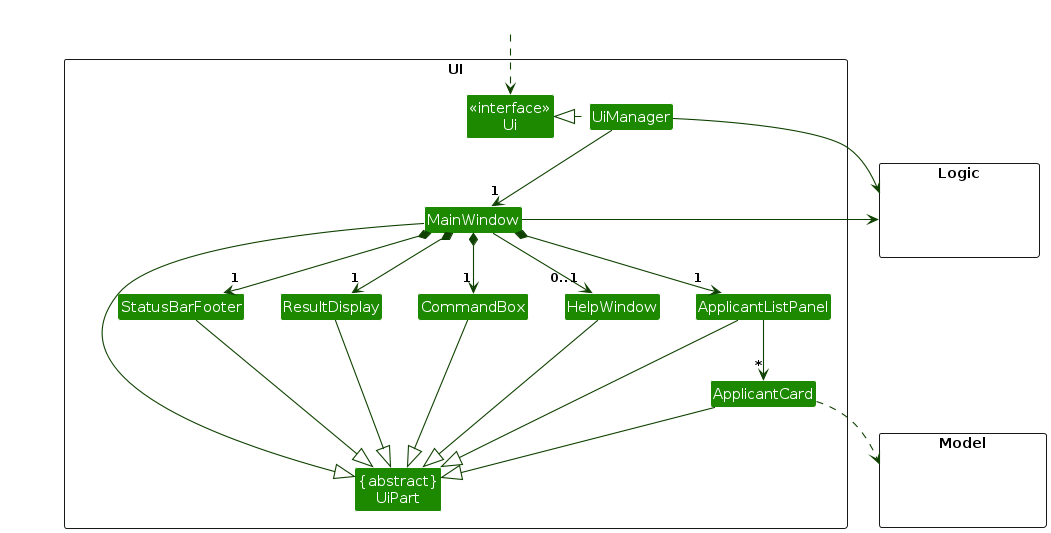
Above: diagrams/UiClassDiagram.png in AY2627S1-CS2103T-W12-4/tp (PlantUML), before the change. Its source is kept beside it as diagrams/UiClassDiagram.puml.
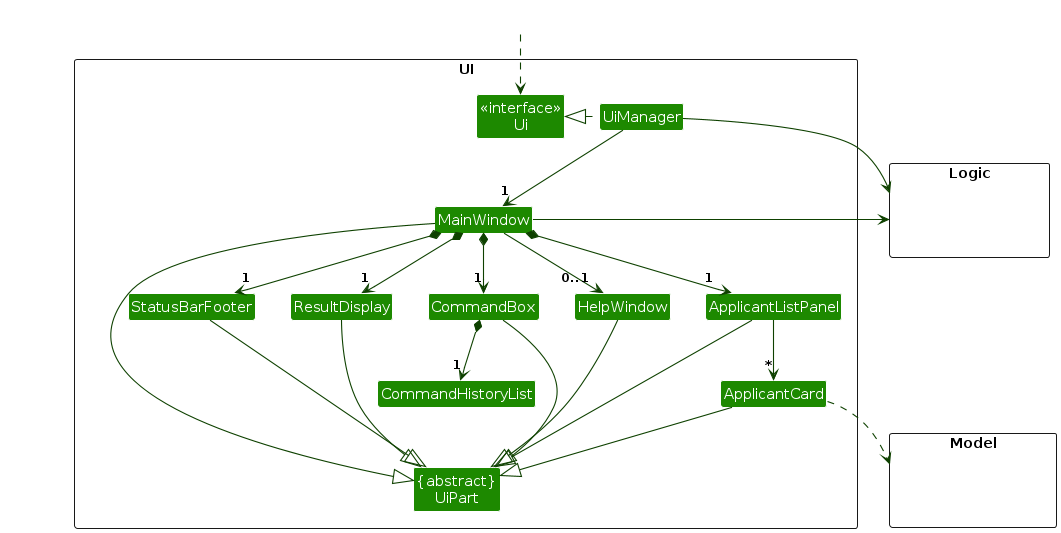
The same file after the commit.

Diff of the diagram source:
```diff
@@ -15,6 +15,7 @@
 Class ApplicantCard
 Class StatusBarFooter
 Class CommandBox
+Class CommandHistoryList
 }
 
 package Model <<Rectangle>> {
@@ -35,6 +36,7 @@
 MainWindow *-down-> "1" ApplicantListPanel
 MainWindow *-down-> "1" StatusBarFooter
 MainWindow --> "0..1" HelpWindow
+CommandBox *-down-> "1" CommandHistoryList
 
 ApplicantListPanel -down-> "*" ApplicantCard
 
```
